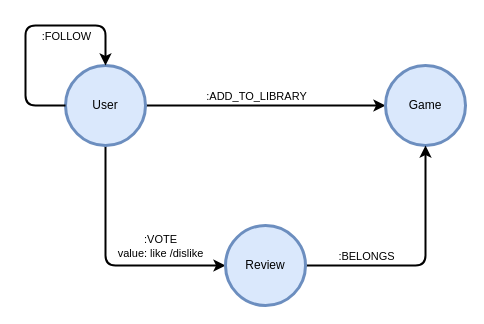
The draw.io diagram Diagrams/GraphDB structure.drawio in lorenzoceccanti/pixelindex, before the edit. Source tidied: cells renumbered, new cells numbered last; positions are measured from the earlier drawing's top-left corner, leaving out a move shared by most shapes. Both pictures are drawn from the tidied source at 100%, with x=0, y=0 at pixel (25, 25).
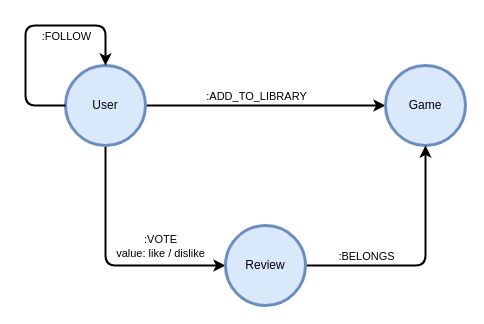
Above is the later version.

The change refers to these unchanged cells:
```xml
<mxCell id="4" style="edgeStyle=none;html=1;exitX=0.5;exitY=1;exitDx=0;exitDy=0;entryX=0;entryY=0.5;entryDx=0;entryDy=0;strokeWidth=2;" parent="1" edge="1" source="6" target="10">
  <mxGeometry relative="1" as="geometry">
    <Array as="points">
      <mxPoint x="80" y="240" />
    </Array>
  </mxGeometry>
</mxCell>
```

Change to the diagram source:
```diff
@@
-    <mxCell id="5" value=":VOTE&lt;br&gt;value: like /dislike" style="edgeLabel;html=1;align=center;verticalAlign=middle;" parent="4" vertex="1">
+    <mxCell id="5" value=":VOTE&lt;br&gt;value: like / dislike" style="edgeLabel;html=1;align=center;verticalAlign=middle;" parent="4" vertex="1">
       <mxGeometry x="-0.32" y="2" relative="1" as="geometry">
         <mxPoint x="52" y="18" as="offset" />
       </mxGeometry>
     </mxCell>
```
